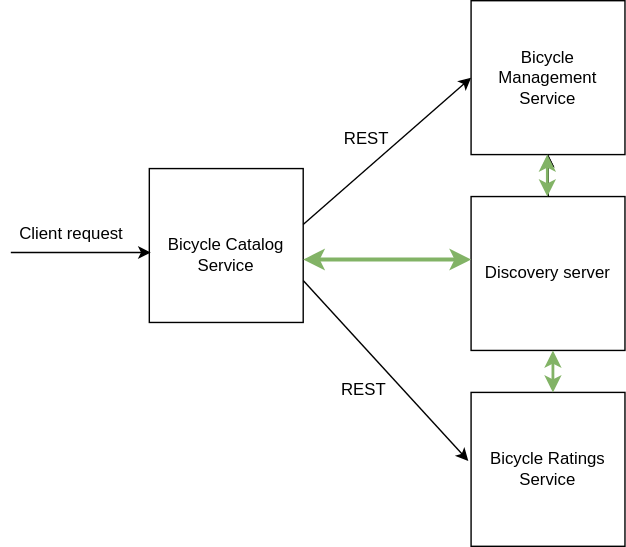
This is microservices.svg from gordonpm/bicycle-catalog-service, a draw.io export, as it was before one commit. Source tidied: cells renumbered, new cells last; positions are measured from the earlier drawing's top-left corner, leaving out a move shared by most shapes. Its diagram source:
```xml
<mxGraphModel>
  <root>
    <mxCell id="0" />
    <mxCell id="1" parent="0" />
    <mxCell id="2" value="&lt;br&gt;Bicycle Catalog Service" style="whiteSpace=wrap;html=1;" parent="1" vertex="1">
      <mxGeometry x="106" y="120" width="110" height="110" as="geometry" />
    </mxCell>
    <mxCell id="3" value="Bicycle Management Service" style="whiteSpace=wrap;html=1;" parent="1" vertex="1">
      <mxGeometry x="336" width="110" height="110" as="geometry" />
    </mxCell>
    <mxCell id="4" value="Bicycle Ratings Service" style="whiteSpace=wrap;html=1;" parent="1" vertex="1">
      <mxGeometry x="336" y="280" width="110" height="110" as="geometry" />
    </mxCell>
    <mxCell id="5" style="endArrow=classic;html=1;rounded=0;entryX=0;entryY=0.5;entryDx=0;entryDy=0;" parent="1" edge="1" target="3">
      <mxGeometry relative="1" as="geometry">
        <mxPoint x="216" y="160" as="sourcePoint" />
      </mxGeometry>
    </mxCell>
    <mxCell id="6" style="endArrow=classic;html=1;rounded=0;entryX=-0.018;entryY=0.445;entryDx=0;entryDy=0;entryPerimeter=0;" parent="1" edge="1" target="4">
      <mxGeometry relative="1" as="geometry">
        <mxPoint x="216" y="200" as="sourcePoint" />
      </mxGeometry>
    </mxCell>
    <mxCell id="7" style="edgeStyle=orthogonalEdgeStyle;rounded=0;jettySize=auto;html=1;" parent="1" edge="1" source="9" target="3">
      <mxGeometry relative="1" as="geometry" />
    </mxCell>
    <mxCell id="8" style="edgeStyle=orthogonalEdgeStyle;rounded=0;jettySize=auto;html=1;" parent="1" edge="1" source="9" target="3">
      <mxGeometry relative="1" as="geometry" />
    </mxCell>
    <mxCell id="9" value="Discovery server" style="whiteSpace=wrap;html=1;" parent="1" vertex="1">
      <mxGeometry x="336" y="140" width="110" height="110" as="geometry" />
    </mxCell>
    <mxCell id="10" style="endArrow=classic;html=1;rounded=0;" parent="1" edge="1">
      <mxGeometry relative="1" as="geometry">
        <mxPoint x="7" y="180" as="sourcePoint" />
        <mxPoint x="107" y="180" as="targetPoint" />
      </mxGeometry>
    </mxCell>
    <mxCell id="11" value="Client request" style="text;html=1;align=center;verticalAlign=middle;strokeColor=none;fillColor=none;" parent="1" vertex="1">
      <mxGeometry y="152" width="100" height="30" as="geometry" />
    </mxCell>
    <mxCell id="12" style="endArrow=classic;startArrow=classic;html=1;rounded=0;fillColor=#d5e8d4;strokeColor=#82b366;strokeWidth=2;" parent="1" edge="1">
      <mxGeometry relative="1" as="geometry">
        <mxPoint x="390.5" y="140" as="sourcePoint" />
        <mxPoint x="390.5" y="110" as="targetPoint" />
      </mxGeometry>
    </mxCell>
    <mxCell id="13" style="endArrow=classic;startArrow=classic;html=1;rounded=0;fillColor=#d5e8d4;strokeColor=#82b366;strokeWidth=2;" parent="1" edge="1">
      <mxGeometry relative="1" as="geometry">
        <mxPoint x="394.5" y="280" as="sourcePoint" />
        <mxPoint x="394.5" y="250" as="targetPoint" />
      </mxGeometry>
    </mxCell>
    <mxCell id="14" style="endArrow=classic;startArrow=classic;html=1;rounded=0;fillColor=#d5e8d4;strokeColor=#82b366;strokeWidth=3;" parent="1" edge="1">
      <mxGeometry relative="1" as="geometry">
        <mxPoint x="216" y="185" as="sourcePoint" />
        <mxPoint x="336" y="185" as="targetPoint" />
      </mxGeometry>
    </mxCell>
    <mxCell id="15" value="REST" style="text;html=1;align=center;verticalAlign=middle;strokeColor=none;fillColor=none;" parent="1" vertex="1">
      <mxGeometry x="231" y="84" width="60" height="30" as="geometry" />
    </mxCell>
    <mxCell id="16" value="REST" style="text;html=1;align=center;verticalAlign=middle;strokeColor=none;fillColor=none;" parent="1" vertex="1">
      <mxGeometry x="229" y="263" width="60" height="30" as="geometry" />
    </mxCell>
  </root>
</mxGraphModel>
```
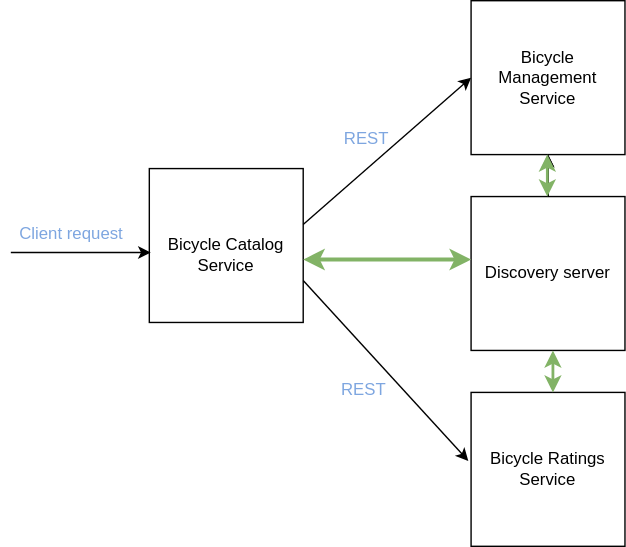
After the change.

Commit message:
Changed font color

The edit, as a diff of the source:
```diff
@@ -36,7 +36,7 @@
         <mxPoint x="107" y="180" as="targetPoint" />
       </mxGeometry>
     </mxCell>
-    <mxCell id="11" value="Client request" style="text;html=1;align=center;verticalAlign=middle;strokeColor=none;fillColor=none;" parent="1" vertex="1">
+    <mxCell id="11" value="&lt;font color=&quot;#7ea6e0&quot;&gt;Client request&lt;/font&gt;" style="text;html=1;align=center;verticalAlign=middle;strokeColor=none;fillColor=none;" parent="1" vertex="1">
       <mxGeometry y="152" width="100" height="30" as="geometry" />
     </mxCell>
     <mxCell id="12" style="endArrow=classic;startArrow=classic;html=1;rounded=0;fillColor=#d5e8d4;strokeColor=#82b366;strokeWidth=2;" parent="1" edge="1">
@@ -57,10 +57,10 @@
         <mxPoint x="336" y="185" as="targetPoint" />
       </mxGeometry>
     </mxCell>
-    <mxCell id="15" value="REST" style="text;html=1;align=center;verticalAlign=middle;strokeColor=none;fillColor=none;" parent="1" vertex="1">
+    <mxCell id="15" value="&lt;font color=&quot;#7ea6e0&quot;&gt;REST&lt;/font&gt;" style="text;html=1;align=center;verticalAlign=middle;strokeColor=none;fillColor=none;" parent="1" vertex="1">
       <mxGeometry x="231" y="84" width="60" height="30" as="geometry" />
     </mxCell>
-    <mxCell id="16" value="REST" style="text;html=1;align=center;verticalAlign=middle;strokeColor=none;fillColor=none;" parent="1" vertex="1">
+    <mxCell id="16" value="&lt;font color=&quot;#7ea6e0&quot;&gt;REST&lt;/font&gt;" style="text;html=1;align=center;verticalAlign=middle;strokeColor=none;fillColor=none;" parent="1" vertex="1">
       <mxGeometry x="229" y="263" width="60" height="30" as="geometry" />
     </mxCell>
   </root>
```
